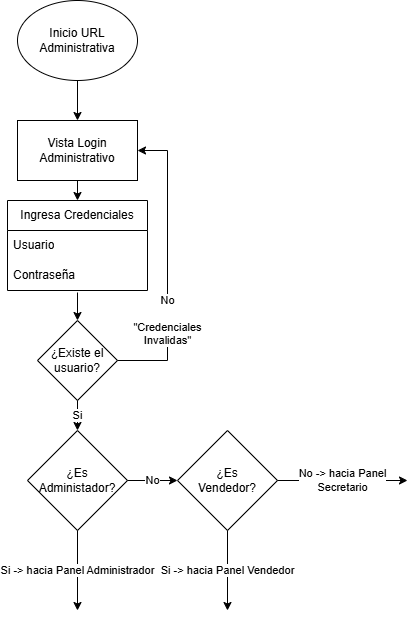
This is Docs/DiagramasFlujo/Administracion/loginAdministrativoFlujo.png from facutorr2005/FINAL-DESARROLLO-WEB, a draw.io export, as it was before one commit. Source tidied: cells renumbered, new cells last; positions are measured from the earlier drawing's top-left corner, leaving out a move shared by most shapes.
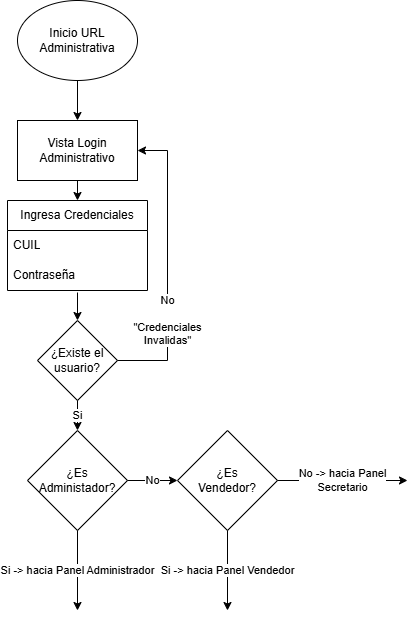
The same diagram one commit later.

What changed in the source:
```diff
@@ -17,9 +17,9 @@
     <mxCell id="6" value="Ingresa Credenciales" style="swimlane;fontStyle=0;horizontal=1;startSize=30;whiteSpace=wrap;html=1;" parent="1" vertex="1">
       <mxGeometry y="200" width="140" height="90" as="geometry" />
     </mxCell>
-    <mxCell id="7" value="Usuario" style="text;strokeColor=none;fillColor=none;align=left;verticalAlign=middle;spacingLeft=4;spacingRight=4;overflow=hidden;whiteSpace=wrap;html=1;" parent="6" vertex="1">
-      <mxGeometry y="30" width="140" height="30" as="geometry" />
-    </mxCell>
+    <mxCell id="19" value="CUIL" style="text;strokeColor=none;fillColor=none;align=left;verticalAlign=middle;spacingLeft=4;spacingRight=4;overflow=hidden;whiteSpace=wrap;html=1;" parent="6" vertex="1">
+      <mxGeometry y="30" width="140" height="30" as="geometry" />
+    </mxCell>
     <mxCell id="8" value="Contraseña" style="text;strokeColor=none;fillColor=none;align=left;verticalAlign=middle;spacingLeft=4;spacingRight=4;overflow=hidden;points=[[0,0.5],[1,0.5]];portConstraint=eastwest;whiteSpace=wrap;html=1;" parent="6" vertex="1">
       <mxGeometry y="60" width="140" height="30" as="geometry" />
     </mxCell>
```
